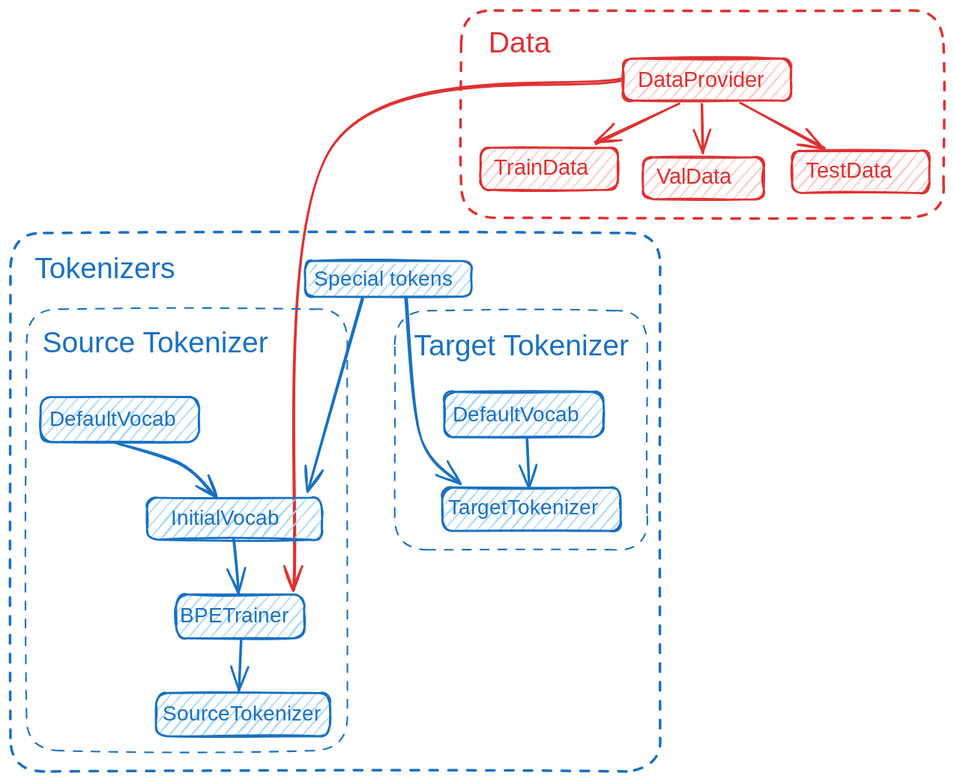
Before: arch.excalidraw.svg, a diagram exported from Excalidraw (Dominux/planimetrics_tasks_diagrams_generator). Source tidied: one line per element, renumbered; positions are measured from the earlier drawing's top-left corner, leaving out a move shared by most shapes.
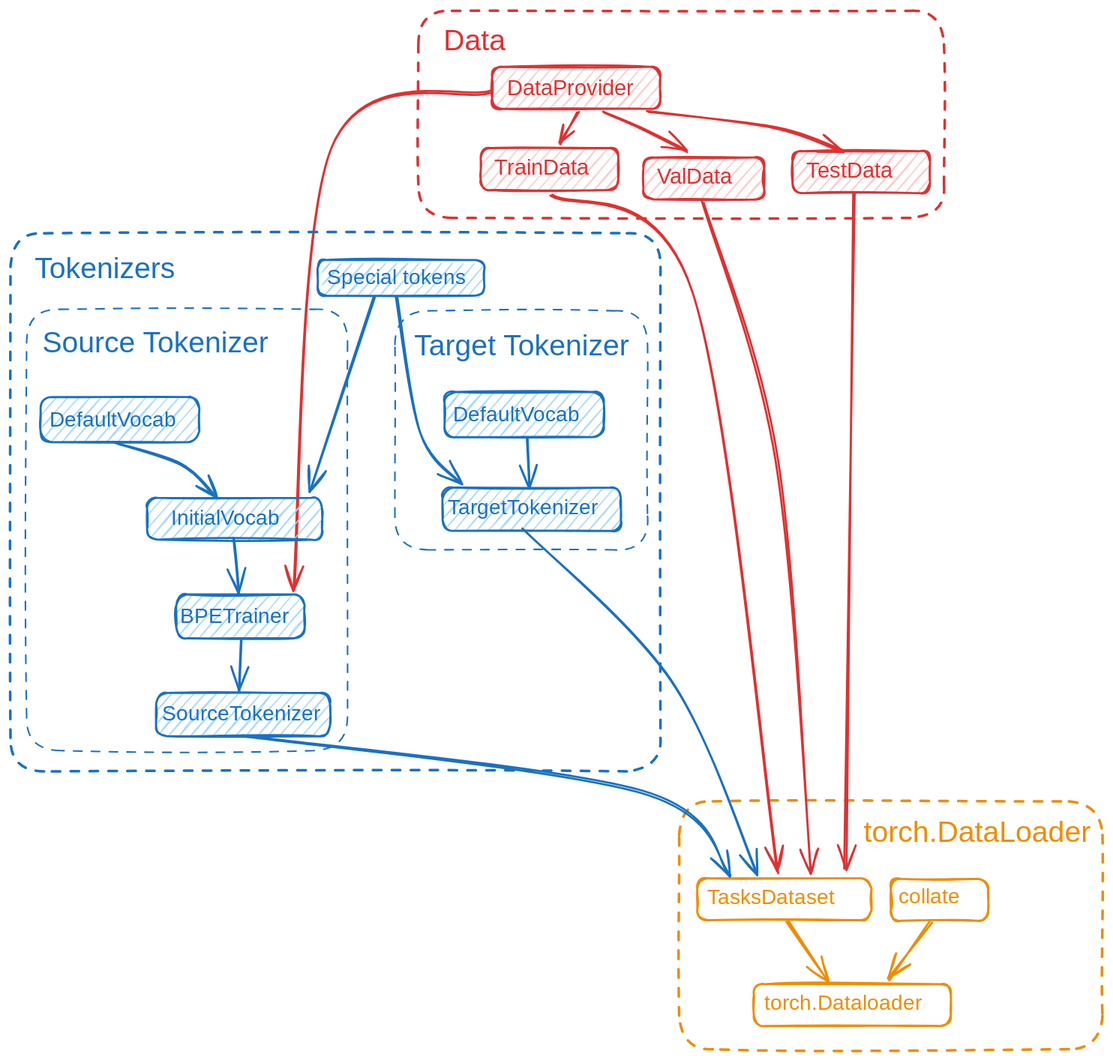
The same diagram one commit later.

Commit message:
Refactored dataset and dataloader logic

The edit, as a diff of the source:
```diff
@@ -1,21 +1,21 @@
-{"id": 0, "type": "rectangle", "strokeColor": "#e03131", "backgroundColor": "#ffc9c9", "fillStyle": "hachure", "strokeWidth": 2, "roughness": 1, "round": true, "x": 584, "y": 46, "width": 160, "height": 40}
+{"id": 0, "type": "rectangle", "strokeColor": "#e03131", "backgroundColor": "#ffc9c9", "fillStyle": "hachure", "strokeWidth": 2, "roughness": 1, "round": true, "x": 459, "y": 53, "width": 160, "height": 40}
-{"id": 1, "type": "text", "text": "DataProvider", "strokeColor": "#e03131", "strokeWidth": 2, "roughness": 1, "fontSize": 20.8, "fontFamily": 1, "x": 598, "y": 55, "width": 138, "height": 26}
+{"id": 1, "type": "text", "text": "DataProvider", "strokeColor": "#e03131", "strokeWidth": 2, "roughness": 1, "fontSize": 20.8, "fontFamily": 1, "x": 473, "y": 62, "width": 138, "height": 26}
 {"id": 2, "type": "rectangle", "strokeColor": "#e03131", "backgroundColor": "#ffc9c9", "fillStyle": "hachure", "strokeWidth": 2, "roughness": 1, "round": true, "x": 448, "y": 131, "width": 131, "height": 40}
 {"id": 3, "type": "text", "text": "TrainData", "strokeColor": "#e03131", "strokeWidth": 2, "roughness": 1, "fontSize": 20.8, "fontFamily": 1, "x": 461, "y": 138, "width": 110, "height": 26}
 {"id": 4, "type": "rectangle", "strokeColor": "#e03131", "backgroundColor": "#ffc9c9", "fillStyle": "hachure", "strokeWidth": 2, "roughness": 1, "round": true, "x": 603, "y": 140, "width": 115, "height": 40}
 {"id": 5, "type": "text", "text": "ValData", "strokeColor": "#e03131", "backgroundColor": "#ffc9c9", "fillStyle": "hachure", "strokeWidth": 2, "roughness": 1, "fontSize": 20.8, "fontFamily": 1, "x": 616, "y": 147, "width": 86, "height": 26}
 {"id": 6, "type": "rectangle", "strokeColor": "#e03131", "backgroundColor": "#ffc9c9", "fillStyle": "hachure", "strokeWidth": 2, "roughness": 1, "round": true, "x": 745, "y": 134, "width": 131, "height": 40}
 {"id": 7, "type": "text", "text": "TestData", "strokeColor": "#e03131", "strokeWidth": 2, "roughness": 1, "fontSize": 20.8, "fontFamily": 1, "x": 758, "y": 141, "width": 107, "height": 26}
-{"id": 8, "type": "arrow", "strokeColor": "#e03131", "strokeWidth": 2, "roughness": 1, "endArrowhead": "arrow", "round": true, "from": 1, "to": 5, "x": 659, "y": 90, "width": 1, "height": 46, "points": [[0, 0], [1, 46]]}
+{"id": 8, "type": "arrow", "strokeColor": "#e03131", "strokeWidth": 2, "roughness": 1, "endArrowhead": "arrow", "round": true, "from": 1, "to": 5, "x": 565, "y": 97, "width": 80, "height": 37, "points": [[0, 0], [37, 15], [80, 37]]}
-{"id": 9, "type": "arrow", "strokeColor": "#e03131", "strokeWidth": 2, "roughness": 1, "endArrowhead": "arrow", "round": true, "from": 1, "to": 3, "x": 636, "y": 89, "width": 78, "height": 38, "points": [[0, 0], [-78, 38]]}
+{"id": 9, "type": "arrow", "strokeColor": "#e03131", "strokeWidth": 2, "roughness": 1, "endArrowhead": "arrow", "round": true, "from": 1, "to": 3, "x": 540, "y": 96, "width": 17, "height": 31, "points": [[0, 0], [-17, 31]]}
-{"id": 10, "type": "arrow", "strokeColor": "#e03131", "strokeWidth": 2, "roughness": 1, "endArrowhead": "arrow", "round": true, "from": 1, "to": 7, "x": 697, "y": 89, "width": 79, "height": 43, "points": [[0, 0], [79, 43]]}
+{"id": 10, "type": "arrow", "strokeColor": "#e03131", "strokeWidth": 2, "roughness": 1, "endArrowhead": "arrow", "round": true, "from": 1, "to": 7, "x": 608, "y": 96, "width": 187, "height": 37, "points": [[0, 0], [122, 16], [187, 37]]}
-{"id": 11, "type": "rectangle", "strokeColor": "#e03131", "strokeWidth": 2, "strokeStyle": "dashed", "roughness": 1, "round": true, "x": 430, "y": 0, "width": 460, "height": 197}
+{"id": 11, "type": "rectangle", "strokeColor": "#e03131", "strokeWidth": 2, "strokeStyle": "dashed", "roughness": 1, "round": true, "x": 389, "y": 0, "width": 501, "height": 197}
-{"id": 12, "type": "text", "text": "Data", "strokeColor": "#e03131", "strokeWidth": 2, "strokeStyle": "dashed", "roughness": 1, "fontSize": 28, "fontFamily": 2, "x": 456, "y": 14, "width": 59, "height": 32}
+{"id": 12, "type": "text", "text": "Data", "strokeColor": "#e03131", "strokeWidth": 2, "strokeStyle": "dashed", "roughness": 1, "fontSize": 28, "fontFamily": 2, "x": 412, "y": 12, "width": 59, "height": 32}
 {"id": 13, "type": "rectangle", "strokeColor": "#1971c2", "backgroundColor": "#a5d8ff", "fillStyle": "hachure", "strokeWidth": 2, "roughness": 1, "round": true, "x": 139, "y": 650, "width": 166, "height": 41}
 {"id": 14, "type": "text", "text": "SourceTokenizer", "strokeColor": "#1971c2", "strokeWidth": 2, "roughness": 1, "fontSize": 19.65, "fontFamily": 1, "x": 145, "y": 659, "width": 154, "height": 25}
 {"id": 15, "type": "rectangle", "strokeColor": "#1971c2", "backgroundColor": "#a5d8ff", "fillStyle": "hachure", "strokeWidth": 2, "roughness": 1, "round": true, "x": 158, "y": 556, "width": 122, "height": 42}
 {"id": 16, "type": "text", "text": "BPETrainer", "strokeColor": "#1971c2", "strokeWidth": 2, "roughness": 1, "fontSize": 19.95, "fontFamily": 1, "x": 162, "y": 566, "width": 112, "height": 25}
-{"id": 17, "type": "arrow", "strokeColor": "#e03131", "strokeWidth": 2, "roughness": 1, "endArrowhead": "arrow", "round": true, "from": 1, "to": 16, "x": 582, "y": 65, "width": 312, "height": 487, "points": [[0, 0], [-278, 66], [-312, 487]]}
+{"id": 17, "type": "arrow", "strokeColor": "#e03131", "strokeWidth": 2, "roughness": 1, "endArrowhead": "arrow", "round": true, "from": 1, "to": 16, "x": 457, "y": 77, "width": 187, "height": 476, "points": [[0, 0], [-153, 55], [-187, 476]]}
 {"id": 18, "type": "arrow", "strokeColor": "#1971c2", "strokeWidth": 2, "roughness": 1, "endArrowhead": "arrow", "round": true, "from": 16, "to": 14, "x": 220, "y": 600, "width": 2, "height": 48, "points": [[0, 0], [-2, 48]]}
 {"id": 19, "type": "rectangle", "strokeColor": "#1971c2", "backgroundColor": "#a5d8ff", "fillStyle": "hachure", "strokeWidth": 2, "roughness": 1, "round": true, "x": 29, "y": 368, "width": 151, "height": 43}
 {"id": 20, "type": "text", "text": "DefaultVocab", "strokeColor": "#1971c2", "strokeWidth": 2, "roughness": 1, "fontSize": 20.24, "fontFamily": 1, "x": 37, "y": 378, "width": 134, "height": 25}
@@ -32,9 +32,24 @@
 {"id": 31, "type": "rectangle", "strokeColor": "#1971c2", "strokeWidth": 1, "strokeStyle": "dashed", "roughness": 1, "round": true, "x": 366, "y": 286, "width": 241, "height": 228}
 {"id": 32, "type": "text", "text": "Target Tokenizer", "strokeColor": "#1971c2", "strokeWidth": 2, "strokeStyle": "dashed", "roughness": 1, "fontSize": 28, "fontFamily": 2, "x": 385, "y": 303, "width": 205, "height": 32}
 {"id": 33, "type": "arrow", "strokeColor": "#1971c2", "strokeWidth": 2, "roughness": 1, "endArrowhead": "arrow", "round": true, "from": 30, "to": 28, "x": 493, "y": 408, "width": 1, "height": 47, "points": [[0, 0], [1, 47]]}
-{"id": 34, "type": "rectangle", "strokeColor": "#1971c2", "backgroundColor": "#a5d8ff", "fillStyle": "hachure", "strokeWidth": 2, "roughness": 1, "round": true, "x": 281, "y": 239, "width": 159, "height": 34}
+{"id": 34, "type": "rectangle", "strokeColor": "#1971c2", "backgroundColor": "#a5d8ff", "fillStyle": "hachure", "strokeWidth": 2, "roughness": 1, "round": true, "x": 293, "y": 237, "width": 159, "height": 34}
-{"id": 35, "type": "text", "text": "Special tokens", "strokeColor": "#1971c2", "strokeWidth": 2, "roughness": 1, "fontSize": 20, "fontFamily": 1, "x": 289, "y": 244, "width": 139, "height": 25}
+{"id": 35, "type": "text", "text": "Special tokens", "strokeColor": "#1971c2", "strokeWidth": 2, "roughness": 1, "fontSize": 20, "fontFamily": 1, "x": 301, "y": 243, "width": 139, "height": 25}
-{"id": 36, "type": "arrow", "strokeColor": "#1971c2", "strokeWidth": 2, "roughness": 1, "endArrowhead": "arrow", "round": true, "from": 35, "to": 21, "x": 335, "y": 274, "width": 52, "height": 185, "points": [[0, 0], [-52, 185]]}
+{"id": 36, "type": "arrow", "strokeColor": "#1971c2", "strokeWidth": 2, "roughness": 1, "endArrowhead": "arrow", "round": true, "from": 35, "to": 21, "x": 346, "y": 273, "width": 61, "height": 186, "points": [[0, 0], [-61, 186]]}
-{"id": 37, "type": "arrow", "strokeColor": "#1971c2", "strokeWidth": 2, "roughness": 1, "endArrowhead": "arrow", "round": true, "from": 35, "to": 28, "x": 378, "y": 274, "width": 50, "height": 176, "points": [[0, 0], [12, 131], [50, 176]]}
+{"id": 37, "type": "arrow", "strokeColor": "#1971c2", "strokeWidth": 2, "roughness": 1, "endArrowhead": "arrow", "round": true, "from": 35, "to": 28, "x": 369, "y": 274, "width": 60, "height": 176, "points": [[0, 0], [21, 129], [60, 176]]}
 {"id": 38, "type": "rectangle", "strokeColor": "#1971c2", "strokeWidth": 2, "strokeStyle": "dashed", "roughness": 1, "round": true, "x": 0, "y": 212, "width": 619, "height": 513}
 {"id": 39, "type": "text", "text": "Tokenizers", "strokeColor": "#1971c2", "backgroundColor": "#a5d8ff", "fillStyle": "hachure", "strokeWidth": 1, "strokeStyle": "dashed", "roughness": 1, "fontSize": 28, "fontFamily": 2, "x": 23, "y": 229, "width": 134, "height": 32}
+{"id": 40, "type": "rectangle", "strokeColor": "#f08c00", "strokeWidth": 2, "strokeStyle": "dashed", "roughness": 1, "round": true, "x": 637, "y": 754, "width": 403, "height": 236}
+{"id": 41, "type": "text", "text": "torch.DataLoader", "strokeColor": "#f08c00", "strokeWidth": 2, "strokeStyle": "dashed", "roughness": 1, "fontSize": 28, "fontFamily": 2, "x": 813, "y": 766, "width": 216, "height": 32}
+{"id": 42, "type": "rectangle", "strokeColor": "#f08c00", "strokeWidth": 2, "roughness": 1, "round": true, "x": 654, "y": 827, "width": 166, "height": 40}
+{"id": 43, "type": "text", "text": "TasksDataset", "strokeColor": "#f08c00", "strokeWidth": 2, "roughness": 1, "fontSize": 20, "fontFamily": 1, "x": 664, "y": 834, "width": 148, "height": 25}
+{"id": 44, "type": "rectangle", "strokeColor": "#f08c00", "strokeWidth": 2, "roughness": 1, "round": true, "x": 839, "y": 827, "width": 93, "height": 40}
+{"id": 45, "type": "text", "text": "collate", "strokeColor": "#f08c00", "strokeWidth": 2, "roughness": 1, "fontSize": 20, "fontFamily": 1, "x": 846, "y": 833, "width": 67, "height": 25}
+{"id": 46, "type": "rectangle", "strokeColor": "#f08c00", "strokeWidth": 2, "roughness": 1, "round": true, "x": 708, "y": 928, "width": 188, "height": 40}
+{"id": 47, "type": "text", "text": "torch.Dataloader", "strokeColor": "#f08c00", "strokeWidth": 2, "roughness": 1, "fontSize": 20, "fontFamily": 1, "x": 718, "y": 934, "width": 171, "height": 25}
+{"id": 48, "type": "arrow", "strokeColor": "#f08c00", "strokeWidth": 2, "roughness": 1, "endArrowhead": "arrow", "round": true, "from": 43, "to": 47, "x": 739, "y": 867, "width": 40, "height": 59, "points": [[0, 0], [40, 59]]}
+{"id": 49, "type": "arrow", "strokeColor": "#f08c00", "strokeWidth": 2, "roughness": 1, "endArrowhead": "arrow", "round": true, "from": 45, "to": 47, "x": 877, "y": 868, "width": 40, "height": 56, "points": [[0, 0], [-40, 56]]}
+{"id": 50, "type": "arrow", "strokeColor": "#e03131", "strokeWidth": 2, "roughness": 1, "endArrowhead": "arrow", "round": true, "from": 11, "to": 43, "x": 515, "y": 176, "width": 217, "height": 646, "points": [[0, 0], [134, 91], [217, 646]]}
+{"id": 51, "type": "arrow", "strokeColor": "#e03131", "strokeWidth": 2, "roughness": 1, "endArrowhead": "arrow", "round": true, "from": 11, "to": 43, "x": 659, "y": 182, "width": 102, "height": 640, "points": [[0, 0], [70, 246], [102, 640]]}
+{"id": 52, "type": "arrow", "strokeColor": "#e03131", "strokeWidth": 2, "roughness": 1, "endArrowhead": "arrow", "round": true, "from": 11, "to": 43, "x": 804, "y": 174, "width": 9, "height": 645, "points": [[0, 0], [-9, 645]]}
+{"id": 53, "type": "arrow", "strokeColor": "#1971c2", "strokeWidth": 2, "roughness": 1, "endArrowhead": "arrow", "round": true, "from": 25, "to": 43, "x": 221, "y": 691, "width": 465, "height": 133, "points": [[0, 0], [380, 54], [465, 133]]}
+{"id": 54, "type": "arrow", "strokeColor": "#1971c2", "strokeWidth": 2, "roughness": 1, "endArrowhead": "arrow", "round": true, "from": 31, "to": 43, "x": 489, "y": 495, "width": 221, "height": 328, "points": [[0, 0], [140, 144], [221, 328]]}
```
